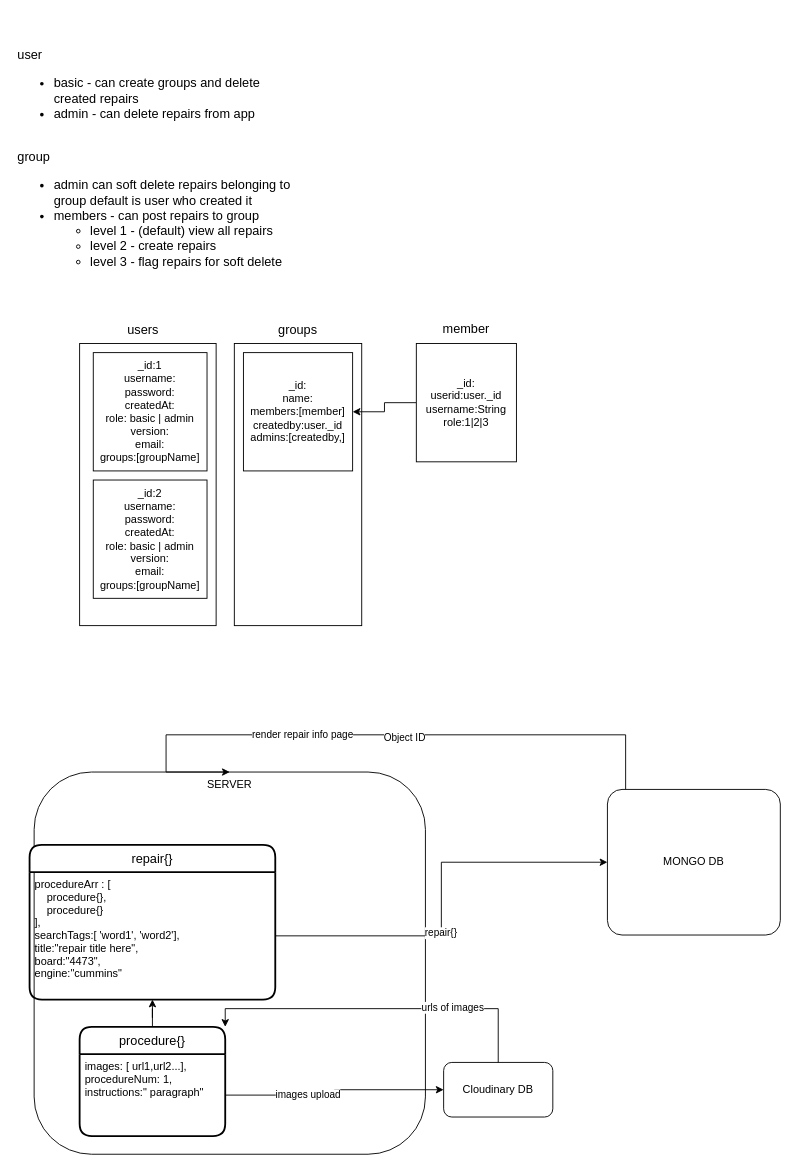
Before: repair-reports/repair-reports-diagram.drawio in jesusdoza/diagrams, a draw.io diagram. Source tidied: cells renumbered, new cells numbered last; positions are measured from the earlier drawing's top-left corner, leaving out a move shared by most shapes. Both pictures are drawn from the tidied source at 91%, with x=0, y=0 at pixel (15, 15).
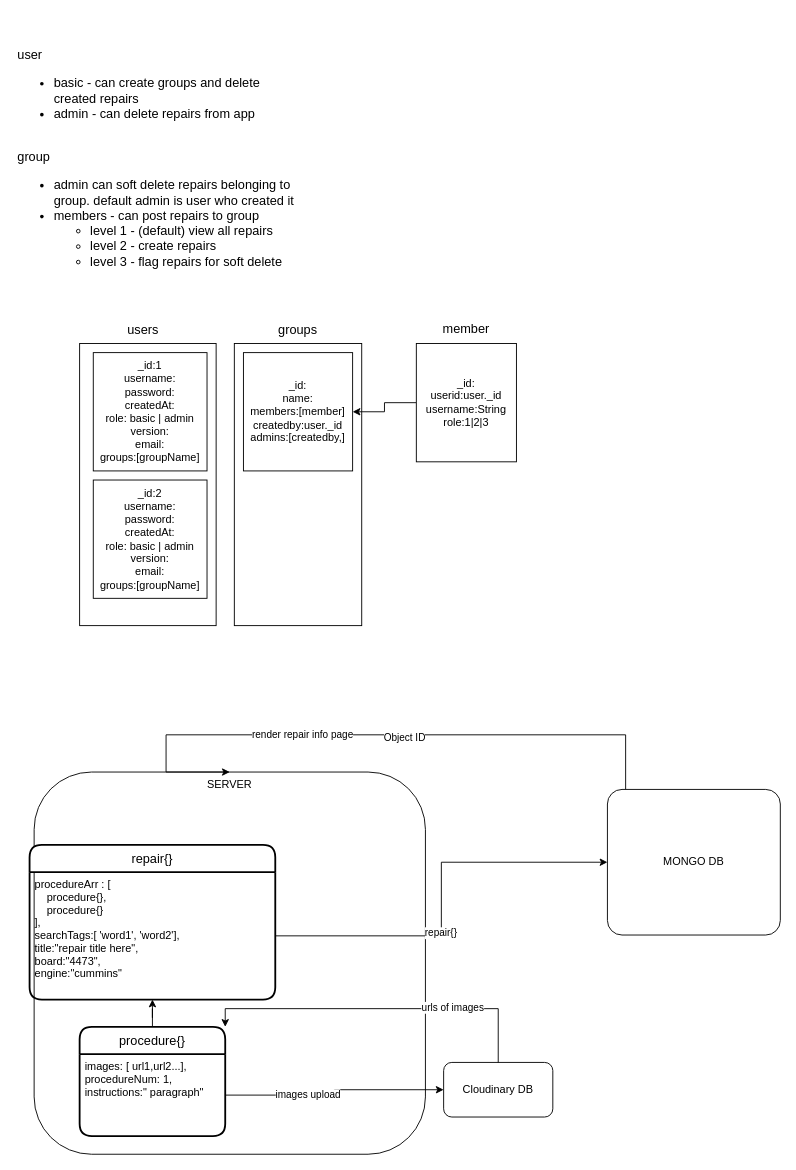
The same page after the edit.

What changed in the source:
```diff
@@
-    <mxCell id="29" value="&lt;br&gt;user&amp;nbsp;&lt;br&gt;&lt;ul&gt;&lt;li&gt;basic - can create groups and delete created repairs&lt;/li&gt;&lt;li&gt;admin - can delete repairs from app&lt;/li&gt;&lt;/ul&gt;&lt;br&gt;group&amp;nbsp;&lt;br&gt;&lt;ul&gt;&lt;li&gt;admin can soft delete repairs belonging to group default is user who created it&lt;/li&gt;&lt;li&gt;members - can post repairs to group&lt;/li&gt;&lt;ul&gt;&lt;li&gt;level 1 - (default) view all repairs&lt;/li&gt;&lt;li&gt;level 2 - create repairs&lt;/li&gt;&lt;li&gt;level 3 - flag repairs for soft delete&lt;/li&gt;&lt;/ul&gt;&lt;/ul&gt;" style="text;html=1;strokeColor=none;fillColor=none;align=left;verticalAlign=middle;whiteSpace=wrap;rounded=0;fontSize=14;" parent="1" vertex="1">
+    <mxCell id="29" value="&lt;br&gt;user&amp;nbsp;&lt;br&gt;&lt;ul&gt;&lt;li&gt;basic - can create groups and delete created repairs&lt;/li&gt;&lt;li&gt;admin - can delete repairs from app&lt;/li&gt;&lt;/ul&gt;&lt;br&gt;group&amp;nbsp;&lt;br&gt;&lt;ul&gt;&lt;li&gt;admin can soft delete repairs belonging to group. default admin is user who created it&lt;/li&gt;&lt;li&gt;members - can post repairs to group&lt;/li&gt;&lt;ul&gt;&lt;li&gt;level 1 - (default) view all repairs&lt;/li&gt;&lt;li&gt;level 2 - create repairs&lt;/li&gt;&lt;li&gt;level 3 - flag repairs for soft delete&lt;/li&gt;&lt;/ul&gt;&lt;/ul&gt;" style="text;html=1;strokeColor=none;fillColor=none;align=left;verticalAlign=middle;whiteSpace=wrap;rounded=0;fontSize=14;" parent="1" vertex="1">
       <mxGeometry width="310" height="310" as="geometry" />
     </mxCell>
```
